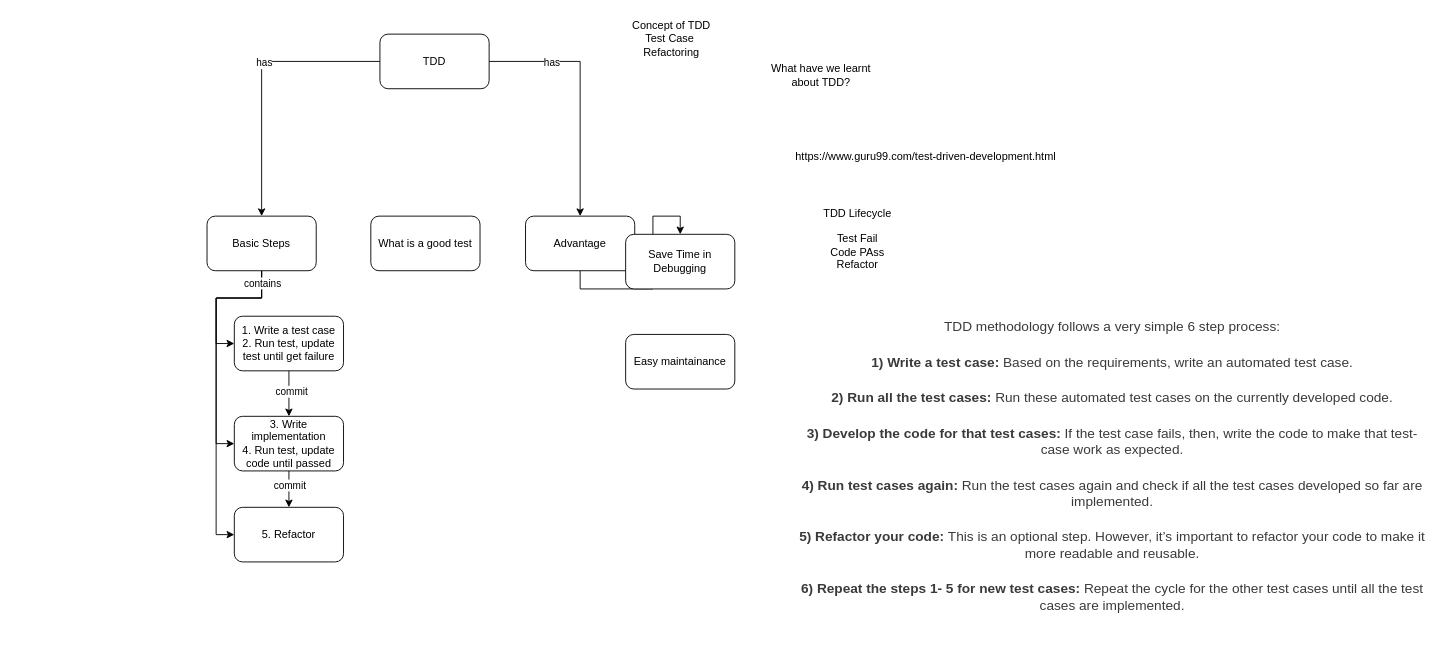
The draw.io diagram TDD Concept Map.drawio in vincent9394/ioDraw, before the edit. Source tidied: cells renumbered, new cells numbered last; positions are measured from the earlier drawing's top-left corner, leaving out a move shared by most shapes. Both pictures are drawn from the tidied source at 91%, with x=0, y=0 at pixel (207, 15).
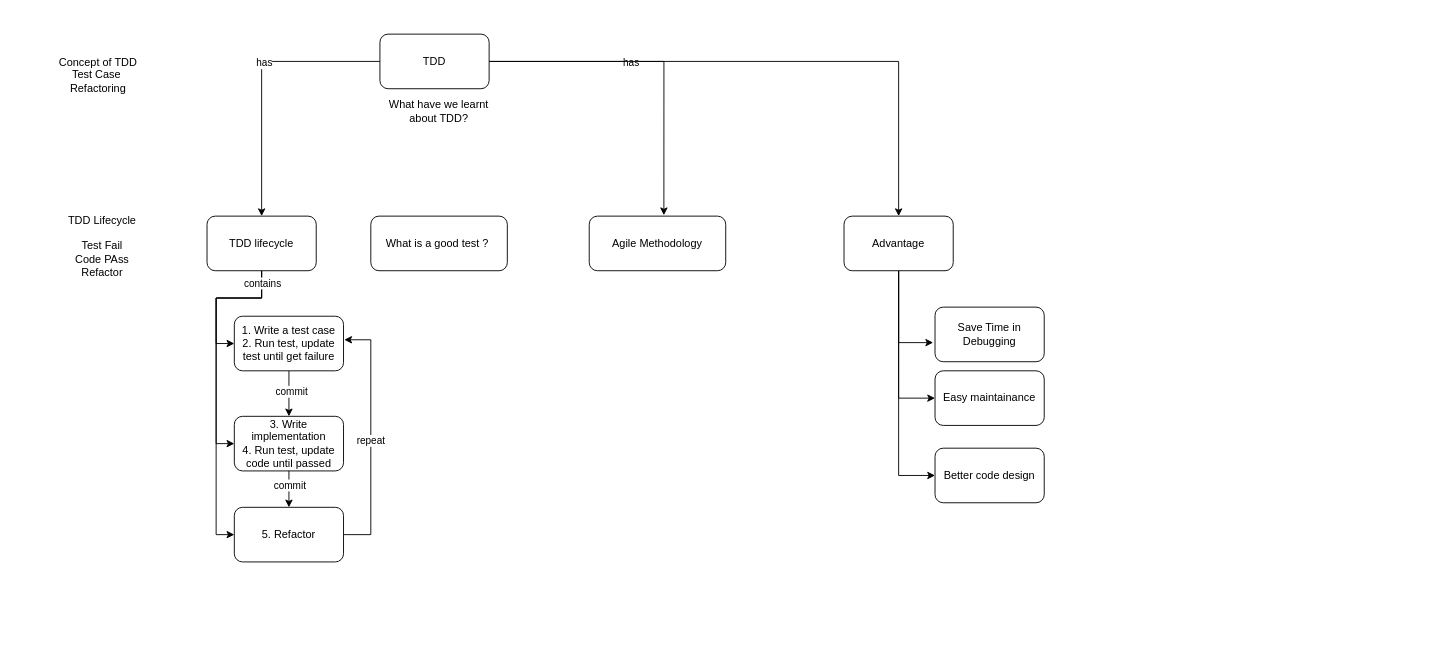
The same page after the edit.

Unchanged cells that the change refers to:
```xml
<mxCell id="7" value="TDD" style="rounded=1;whiteSpace=wrap;html=1;" parent="1" vertex="1">
  <mxGeometry x="190" y="20" width="120" height="60" as="geometry" />
</mxCell>
<mxCell id="23" value="1. Write a test case&lt;br&gt;2. Run test, update test until get failure" style="rounded=1;whiteSpace=wrap;html=1;" parent="1" vertex="1">
  <mxGeometry x="30" y="330" width="120" height="60" as="geometry" />
</mxCell>
<mxCell id="28" value="5. Refactor" style="rounded=1;whiteSpace=wrap;html=1;" parent="1" vertex="1">
  <mxGeometry x="30" y="540" width="120" height="60" as="geometry" />
</mxCell>
```

The edit, as a diff of the source:
```diff
@@
-    <mxCell id="2" value="https://www.guru99.com/test-driven-development.html" style="text;html=1;strokeColor=none;fillColor=none;align=center;verticalAlign=middle;whiteSpace=wrap;rounded=0;" parent="1" vertex="1">
-      <mxGeometry x="640" y="140" width="300" height="30" as="geometry" />
-    </mxCell>
@@
+    <mxCell id="29" style="edgeStyle=orthogonalEdgeStyle;rounded=0;jettySize=auto;html=1;entryX=0.547;entryY=-0.017;entryDx=0;entryDy=0;entryPerimeter=0;" parent="1" edge="1" source="7" target="35">
+      <mxGeometry relative="1" as="geometry" />
+    </mxCell>
@@
     <mxCell id="8" value="What have we learnt about TDD?" style="text;html=1;strokeColor=none;fillColor=none;align=center;verticalAlign=middle;whiteSpace=wrap;rounded=0;" parent="1" vertex="1">
-      <mxGeometry x="610" y="50" width="130" height="30" as="geometry" />
+      <mxGeometry x="190" y="90" width="130" height="30" as="geometry" />
     </mxCell>
@@
-    <mxCell id="13" value="Basic Steps" style="rounded=1;whiteSpace=wrap;html=1;" parent="1" vertex="1">
+    <mxCell id="13" value="TDD lifecycle" style="rounded=1;whiteSpace=wrap;html=1;" parent="1" vertex="1">
       <mxGeometry y="220" width="120" height="60" as="geometry" />
     </mxCell>
-    <mxCell id="14" style="edgeStyle=orthogonalEdgeStyle;rounded=0;jettySize=auto;html=1;" parent="1" edge="1" source="15" target="22">
-      <mxGeometry relative="1" as="geometry" />
+    <mxCell id="14" style="edgeStyle=orthogonalEdgeStyle;rounded=0;jettySize=auto;html=1;entryX=-0.017;entryY=0.65;entryDx=0;entryDy=0;entryPerimeter=0;" parent="1" edge="1" source="15" target="22">
+      <mxGeometry relative="1" as="geometry">
+        <Array as="points">
+          <mxPoint x="760" y="359" />
+        </Array>
+      </mxGeometry>
     </mxCell>
+    <mxCell id="30" style="edgeStyle=orthogonalEdgeStyle;rounded=0;jettySize=auto;html=1;entryX=0;entryY=0.5;entryDx=0;entryDy=0;" parent="1" edge="1" source="15" target="24">
+      <mxGeometry relative="1" as="geometry" />
+    </mxCell>
+    <mxCell id="31" style="edgeStyle=orthogonalEdgeStyle;rounded=0;jettySize=auto;html=1;entryX=0;entryY=0.5;entryDx=0;entryDy=0;" parent="1" edge="1" source="15" target="34">
+      <mxGeometry relative="1" as="geometry" />
+    </mxCell>
     <mxCell id="15" value="Advantage" style="rounded=1;whiteSpace=wrap;html=1;" parent="1" vertex="1">
-      <mxGeometry x="350" y="220" width="120" height="60" as="geometry" />
+      <mxGeometry x="700" y="220" width="120" height="60" as="geometry" />
     </mxCell>
     <mxCell id="16" value="Concept of TDD&lt;br&gt;Test Case&amp;nbsp;&lt;br&gt;Refactoring" style="text;html=1;align=center;verticalAlign=middle;strokeColor=none;fillColor=none;" parent="1" vertex="1">
-      <mxGeometry x="460" width="100" height="50" as="geometry" />
+      <mxGeometry x="-170" y="40" width="100" height="50" as="geometry" />
     </mxCell>
-    <mxCell id="17" value="&lt;p style=&quot;font-size: 15px ; border: 0px ; margin: 0px 0px 1.4em ; padding: 0px ; color: rgb(58 , 58 , 58) ; font-family: &amp;#34;work sans&amp;#34; , sans-serif ; background-color: rgb(255 , 255 , 255)&quot;&gt;TDD methodology follows a very simple 6 step process:&lt;/p&gt;&lt;p style=&quot;font-size: 15px ; border: 0px ; margin: 0px 0px 1.4em ; padding: 0px ; color: rgb(58 , 58 , 58) ; font-family: &amp;#34;work sans&amp;#34; , sans-serif ; background-color: rgb(255 , 255 , 255)&quot;&gt;&lt;span style=&quot;border: 0px ; margin: 0px ; padding: 0px ; font-weight: 700&quot;&gt;1) Write a test case:&lt;/span&gt;&amp;nbsp;Based on the requirements, write an automated test case.&lt;/p&gt;&lt;p style=&quot;font-size: 15px ; border: 0px ; margin: 0px 0px 1.4em ; padding: 0px ; color: rgb(58 , 58 , 58) ; font-family: &amp;#34;work sans&amp;#34; , sans-serif ; background-color: rgb(255 , 255 , 255)&quot;&gt;&lt;span style=&quot;border: 0px ; margin: 0px ; padding: 0px ; font-weight: 700&quot;&gt;2) Run all the test cases:&lt;/span&gt;&amp;nbsp;Run these automated test cases on the currently developed code.&lt;/p&gt;&lt;p style=&quot;font-size: 15px ; border: 0px ; margin: 0px 0px 1.4em ; padding: 0px ; color: rgb(58 , 58 , 58) ; font-family: &amp;#34;work sans&amp;#34; , sans-serif ; background-color: rgb(255 , 255 , 255)&quot;&gt;&lt;span style=&quot;border: 0px ; margin: 0px ; padding: 0px ; font-weight: 700&quot;&gt;3) Develop the code for that test cases:&lt;/span&gt;&amp;nbsp;If the test case fails, then, write the code to make that test-case work as expected.&lt;/p&gt;&lt;p style=&quot;font-size: 15px ; border: 0px ; margin: 0px 0px 1.4em ; padding: 0px ; color: rgb(58 , 58 , 58) ; font-family: &amp;#34;work sans&amp;#34; , sans-serif ; background-color: rgb(255 , 255 , 255)&quot;&gt;&lt;span style=&quot;border: 0px ; margin: 0px ; padding: 0px ; font-weight: 700&quot;&gt;4) Run test cases again:&lt;/span&gt;&amp;nbsp;Run the test cases again and check if all the test cases developed so far are implemented.&lt;/p&gt;&lt;p style=&quot;font-size: 15px ; border: 0px ; margin: 0px 0px 1.4em ; padding: 0px ; color: rgb(58 , 58 , 58) ; font-family: &amp;#34;work sans&amp;#34; , sans-serif ; background-color: rgb(255 , 255 , 255)&quot;&gt;&lt;span style=&quot;border: 0px ; margin: 0px ; padding: 0px ; font-weight: 700&quot;&gt;5) Refactor your code:&lt;/span&gt;&amp;nbsp;This is an optional step. However, it’s important to refactor your code to make it more readable and reusable.&lt;/p&gt;&lt;p style=&quot;font-size: 15px ; border: 0px ; margin: 0px 0px 1.4em ; padding: 0px ; color: rgb(58 , 58 , 58) ; font-family: &amp;#34;work sans&amp;#34; , sans-serif ; background-color: rgb(255 , 255 , 255)&quot;&gt;&lt;span style=&quot;border: 0px ; margin: 0px ; padding: 0px ; font-weight: 700&quot;&gt;6) Repeat the steps 1- 5 for new test cases:&lt;/span&gt;&amp;nbsp;Repeat the cycle for the other test cases until all the test cases are implemented.&lt;/p&gt;" style="text;html=1;strokeColor=none;fillColor=none;align=center;verticalAlign=middle;whiteSpace=wrap;rounded=0;" parent="1" vertex="1">
-      <mxGeometry x="650" y="490" width="690" height="30" as="geometry" />
-    </mxCell>
-    <mxCell id="18" value="What is a good test" style="rounded=1;whiteSpace=wrap;html=1;" parent="1" vertex="1">
-      <mxGeometry x="180" y="220" width="120" height="60" as="geometry" />
+    <mxCell id="18" value="What is a good test ?&amp;nbsp;" style="rounded=1;whiteSpace=wrap;html=1;" parent="1" vertex="1">
+      <mxGeometry x="180" y="220" width="150" height="60" as="geometry" />
     </mxCell>
     <mxCell id="19" value="TDD Lifecycle&lt;br&gt;&lt;br&gt;Test Fail&lt;br&gt;Code PAss&lt;br&gt;Refactor" style="text;html=1;strokeColor=none;fillColor=none;align=center;verticalAlign=middle;whiteSpace=wrap;rounded=0;" parent="1" vertex="1">
-      <mxGeometry x="620" y="230" width="190" height="30" as="geometry" />
+      <mxGeometry x="-210" y="238" width="190" height="30" as="geometry" />
     </mxCell>
@@
     <mxCell id="22" value="Save Time in Debugging" style="rounded=1;whiteSpace=wrap;html=1;" parent="1" vertex="1">
-      <mxGeometry x="460" y="240" width="120" height="60" as="geometry" />
+      <mxGeometry x="800" y="320" width="120" height="60" as="geometry" />
     </mxCell>
@@
     <mxCell id="24" value="Easy maintainance" style="rounded=1;whiteSpace=wrap;html=1;" parent="1" vertex="1">
-      <mxGeometry x="460" y="350" width="120" height="60" as="geometry" />
+      <mxGeometry x="800" y="390" width="120" height="60" as="geometry" />
     </mxCell>
@@
+    <mxCell id="32" style="edgeStyle=orthogonalEdgeStyle;rounded=0;jettySize=auto;html=1;entryX=1.007;entryY=0.431;entryDx=0;entryDy=0;entryPerimeter=0;" parent="1" edge="1" source="28" target="23">
+      <mxGeometry relative="1" as="geometry">
+        <Array as="points">
+          <mxPoint x="180" y="570" />
+          <mxPoint x="180" y="356" />
+        </Array>
+      </mxGeometry>
+    </mxCell>
+    <mxCell id="33" value="repeat" style="edgeLabel;html=1;align=center;verticalAlign=middle;" parent="32" vertex="1">
+      <mxGeometry x="-0.02" y="1" relative="1" as="geometry" />
+    </mxCell>
@@
+    <mxCell id="34" value="Better code design" style="rounded=1;whiteSpace=wrap;html=1;" parent="1" vertex="1">
+      <mxGeometry x="800" y="475" width="120" height="60" as="geometry" />
+    </mxCell>
+    <mxCell id="35" value="Agile Methodology" style="rounded=1;whiteSpace=wrap;html=1;" parent="1" vertex="1">
+      <mxGeometry x="420" y="220" width="150" height="60" as="geometry" />
+    </mxCell>
```
